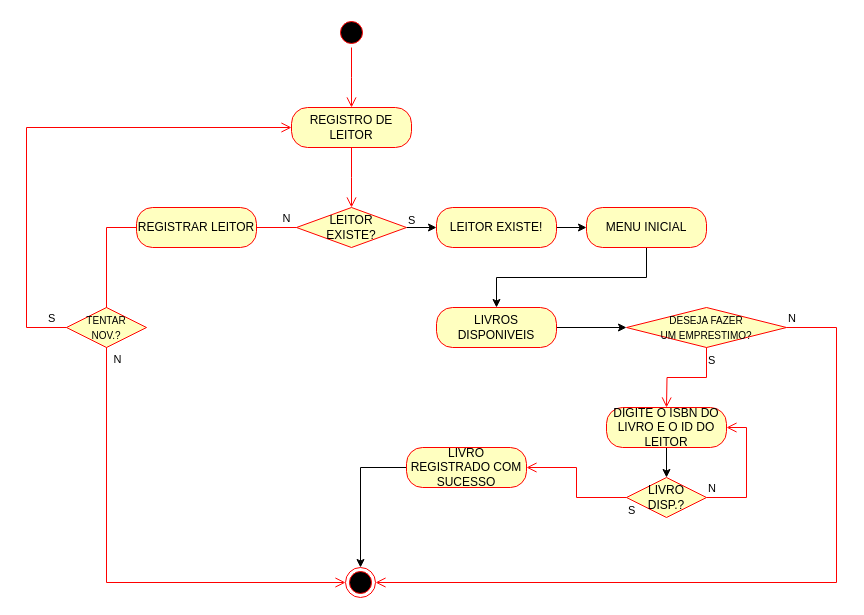
gabrielbarbosaaa/portfolio keeps this draw.io diagram as DIAGRAMA DE ATIVIDADES.drawio. Above is the earlier version. Source tidied: cells renumbered, new cells numbered last; positions are measured from the earlier drawing's top-left corner, leaving out a move shared by most shapes. Both pictures are drawn from the tidied source at 100%, with x=0, y=0 at pixel (26, 17).
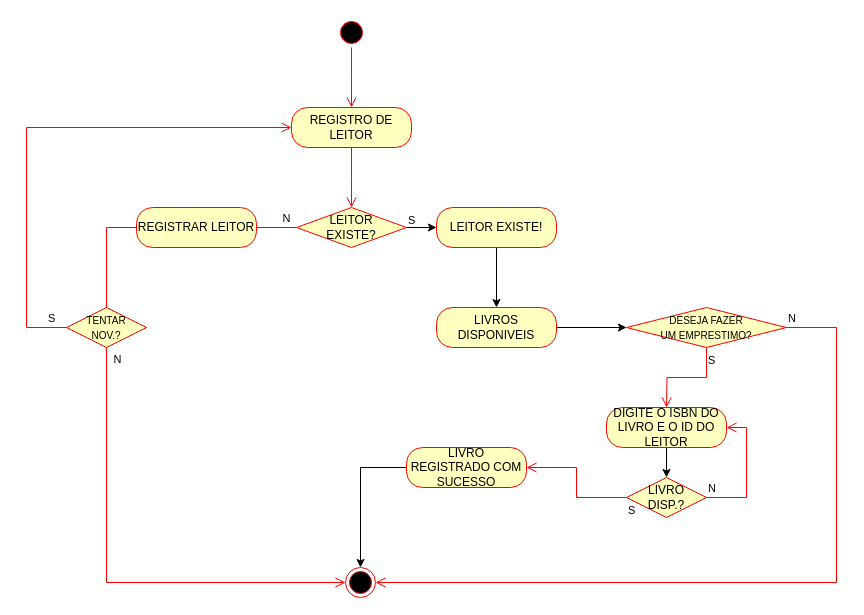
The same page after the edit.

Unchanged cells that the change refers to:
```xml
<mxCell id="13" value="LEITOR EXISTE!" style="rounded=1;whiteSpace=wrap;html=1;arcSize=40;fontColor=#000000;fillColor=#ffffc0;strokeColor=#ff0000;" parent="1" vertex="1">
  <mxGeometry x="410" y="190" width="120" height="40" as="geometry" />
</mxCell>
<mxCell id="15" value="LIVROS DISPONIVEIS" style="rounded=1;whiteSpace=wrap;html=1;arcSize=40;fontColor=#000000;fillColor=#ffffc0;strokeColor=#ff0000;" parent="1" vertex="1">
  <mxGeometry x="410" y="290" width="120" height="40" as="geometry" />
</mxCell>
```

Change to the diagram source:
```diff
@@
-    <mxCell id="12" style="edgeStyle=orthogonalEdgeStyle;rounded=0;jettySize=auto;html=1;" parent="1" edge="1" source="13" target="20">
+    <mxCell id="12" style="edgeStyle=orthogonalEdgeStyle;rounded=0;jettySize=auto;html=1;entryX=0.5;entryY=0;entryDx=0;entryDy=0;" parent="1" edge="1" source="13" target="15">
       <mxGeometry relative="1" as="geometry" />
     </mxCell>
@@
-    <mxCell id="19" style="edgeStyle=orthogonalEdgeStyle;rounded=0;jettySize=auto;html=1;entryX=0.5;entryY=0;entryDx=0;entryDy=0;" parent="1" edge="1" source="20" target="15">
-      <mxGeometry relative="1" as="geometry">
-        <Array as="points">
-          <mxPoint x="620" y="260" />
-          <mxPoint x="470" y="260" />
-        </Array>
-      </mxGeometry>
-    </mxCell>
-    <mxCell id="20" value="MENU INICIAL" style="rounded=1;whiteSpace=wrap;html=1;arcSize=40;fontColor=#000000;fillColor=#ffffc0;strokeColor=#ff0000;" parent="1" vertex="1">
-      <mxGeometry x="560" y="190" width="120" height="40" as="geometry" />
-    </mxCell>
```
